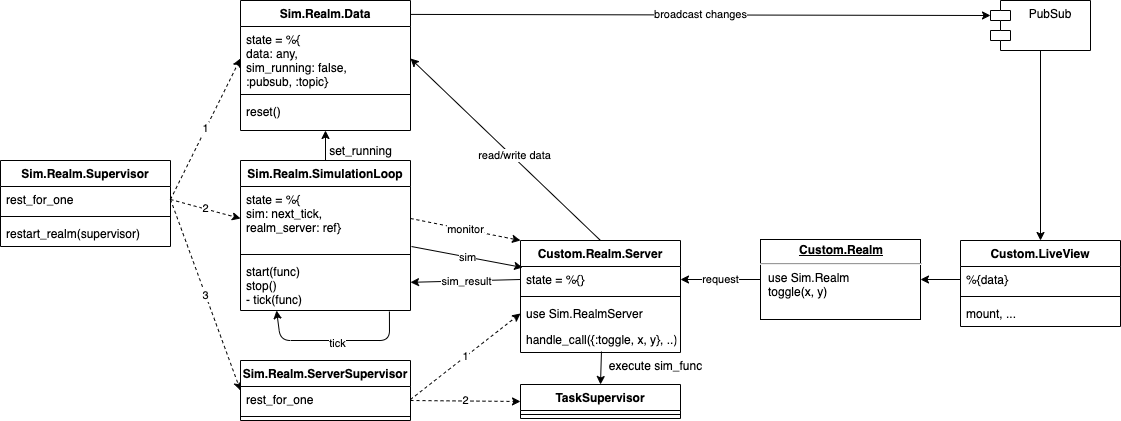
This is apps/sim/documentation/SimRealm.png from grrrisu/thundermoon-umbrella, a draw.io export, as it was before one commit. Source tidied: cells renumbered, new cells last; positions are measured from the earlier drawing's top-left corner, leaving out a move shared by most shapes.
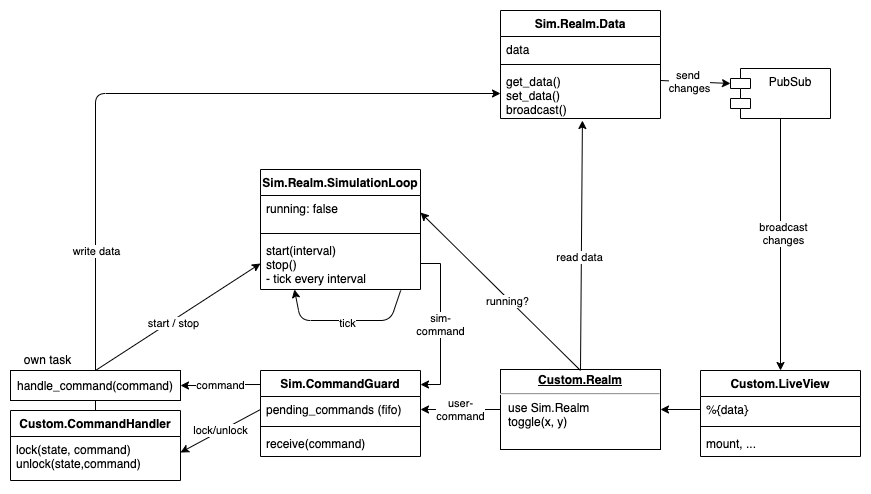
The same file after the commit.

The edit, as a diff of the source:
```diff
@@ -2,46 +2,32 @@
   <root>
     <mxCell id="0" />
     <mxCell id="1" parent="0" />
-    <mxCell id="2" value="request" style="edgeStyle=orthogonalEdgeStyle;rounded=0;jettySize=auto;html=1;entryX=1;entryY=0.5;entryDx=0;entryDy=0;" parent="1" edge="1" source="3" target="39">
+    <mxCell id="2" value="user-&lt;br&gt;command" style="edgeStyle=orthogonalEdgeStyle;rounded=0;jettySize=auto;html=1;entryX=1;entryY=0.5;entryDx=0;entryDy=0;" parent="1" edge="1" source="3" target="39">
       <mxGeometry relative="1" as="geometry" />
     </mxCell>
     <mxCell id="3" value="&lt;p style=&quot;margin: 0px ; margin-top: 4px ; text-align: center ; text-decoration: underline&quot;&gt;&lt;b&gt;Custom.Realm&lt;/b&gt;&lt;/p&gt;&lt;hr&gt;&lt;p style=&quot;margin: 0px ; margin-left: 8px&quot;&gt;use Sim.Realm&lt;/p&gt;&lt;p style=&quot;margin: 0px ; margin-left: 8px&quot;&gt;toggle(x, y)&lt;/p&gt;" style="verticalAlign=top;align=left;overflow=fill;fontSize=12;fontFamily=Helvetica;html=1;" parent="1" vertex="1">
-      <mxGeometry x="760" y="239" width="160" height="80" as="geometry" />
+      <mxGeometry x="750" y="369" width="160" height="80" as="geometry" />
     </mxCell>
-    <mxCell id="4" style="endArrow=classic;html=1;entryX=0.5;entryY=0;entryDx=0;entryDy=0;exitX=0.506;exitY=0.962;exitDx=0;exitDy=0;exitPerimeter=0;" parent="1" edge="1" source="42" target="43">
-      <mxGeometry relative="1" as="geometry" />
-    </mxCell>
     <mxCell id="5" style="edgeStyle=orthogonalEdgeStyle;rounded=0;orthogonalLoop=1;jettySize=auto;html=1;exitX=0.5;exitY=1;exitDx=0;exitDy=0;" parent="1" edge="1" source="3" target="3">
       <mxGeometry relative="1" as="geometry" />
     </mxCell>
-    <mxCell id="6" style="endArrow=classic;html=1;exitX=0.5;exitY=0;exitDx=0;exitDy=0;entryX=1;entryY=0.5;entryDx=0;entryDy=0;" parent="1" edge="1" source="38" target="22">
-      <mxGeometry relative="1" as="geometry" />
+    <mxCell id="6" style="endArrow=classic;html=1;exitX=0.5;exitY=0;exitDx=0;exitDy=0;" parent="1" edge="1" source="58" target="24">
+      <mxGeometry relative="1" as="geometry">
+        <Array as="points">
+          <mxPoint x="345" y="93" />
+        </Array>
+      </mxGeometry>
     </mxCell>
-    <mxCell id="7" value="read/write data" style="edgeLabel;html=1;align=center;verticalAlign=middle;" parent="6" vertex="1">
-      <mxGeometry x="-0.07" y="-2" relative="1" as="geometry" />
+    <mxCell id="7" value="write data" style="edgeLabel;html=1;align=center;verticalAlign=middle;" parent="6" vertex="1">
+      <mxGeometry x="-0.07" y="-2" relative="1" as="geometry">
+        <mxPoint x="-40" y="155" as="offset" />
+      </mxGeometry>
     </mxCell>
-    <mxCell id="8" value="1" style="endArrow=classic;html=1;dashed=1;exitX=1;exitY=0.5;exitDx=0;exitDy=0;entryX=0;entryY=0.5;entryDx=0;entryDy=0;" parent="1" edge="1" source="32" target="22">
-      <mxGeometry relative="1" as="geometry" />
-    </mxCell>
-    <mxCell id="9" value="2" style="endArrow=classic;html=1;dashed=1;exitX=1;exitY=0.5;exitDx=0;exitDy=0;entryX=0;entryY=0.5;entryDx=0;entryDy=0;" parent="1" edge="1" source="32" target="26">
-      <mxGeometry relative="1" as="geometry" />
-    </mxCell>
-    <mxCell id="10" value="3" style="endArrow=classic;html=1;dashed=1;exitX=1;exitY=0.5;exitDx=0;exitDy=0;entryX=0;entryY=0.5;entryDx=0;entryDy=0;" parent="1" edge="1" source="32" target="35">
-      <mxGeometry relative="1" as="geometry" />
-    </mxCell>
-    <mxCell id="11" value="1" style="endArrow=classic;html=1;dashed=1;exitX=1;exitY=0.5;exitDx=0;exitDy=0;entryX=0;entryY=0.5;entryDx=0;entryDy=0;" parent="1" edge="1" source="36" target="41">
-      <mxGeometry relative="1" as="geometry" />
-    </mxCell>
-    <mxCell id="12" value="2" style="endArrow=classic;html=1;dashed=1;entryX=0;entryY=0.5;entryDx=0;entryDy=0;" parent="1" edge="1" target="43">
-      <mxGeometry relative="1" as="geometry">
-        <mxPoint x="410" y="400" as="sourcePoint" />
-      </mxGeometry>
-    </mxCell>
-    <mxCell id="13" value="broadcast changes" style="endArrow=classic;html=1;exitX=1;exitY=0.107;exitDx=0;exitDy=0;exitPerimeter=0;entryX=0;entryY=0;entryDx=0;entryDy=15;entryPerimeter=0;" parent="1" edge="1" source="21" target="14">
-      <mxGeometry relative="1" as="geometry" />
+    <mxCell id="13" value="send &lt;br&gt;changes" style="endArrow=classic;html=1;exitX=1;exitY=0.24;exitDx=0;exitDy=0;exitPerimeter=0;entryX=0;entryY=0;entryDx=0;entryDy=15;entryPerimeter=0;" parent="1" edge="1" source="24" target="14">
+      <mxGeometry x="-0.16" relative="1" as="geometry" />
     </mxCell>
     <mxCell id="14" value="PubSub" style="shape=module;align=left;spacingLeft=20;align=center;verticalAlign=top;" parent="1" vertex="1">
-      <mxGeometry x="990" width="100" height="50" as="geometry" />
+      <mxGeometry x="980" y="68" width="100" height="50" as="geometry" />
     </mxCell>
     <mxCell id="15" style="endArrow=classic;html=1;entryX=1;entryY=0.5;entryDx=0;entryDy=0;exitX=0;exitY=0.5;exitDx=0;exitDy=0;" parent="1" edge="1" source="46" target="3">
       <mxGeometry relative="1" as="geometry" />
@@ -49,47 +35,38 @@
     <mxCell id="16" style="endArrow=classic;html=1;exitX=0.5;exitY=1;exitDx=0;exitDy=0;entryX=0.5;entryY=0;entryDx=0;entryDy=0;" parent="1" edge="1" source="14" target="45">
       <mxGeometry relative="1" as="geometry" />
     </mxCell>
-    <mxCell id="17" value="monitor" style="endArrow=classic;html=1;dashed=1;exitX=1;exitY=0.5;exitDx=0;exitDy=0;entryX=0;entryY=0;entryDx=0;entryDy=0;" parent="1" edge="1" source="26" target="38">
-      <mxGeometry relative="1" as="geometry" />
-    </mxCell>
-    <mxCell id="18" style="endArrow=classic;html=1;exitX=0;exitY=0.5;exitDx=0;exitDy=0;" parent="1" edge="1" source="39" target="28">
-      <mxGeometry relative="1" as="geometry" />
-    </mxCell>
-    <mxCell id="19" value="sim_result" style="edgeLabel;html=1;align=center;verticalAlign=middle;" parent="18" vertex="1">
-      <mxGeometry relative="1" as="geometry" />
-    </mxCell>
-    <mxCell id="20" value="sim" style="endArrow=classic;html=1;exitX=1.006;exitY=0.938;exitDx=0;exitDy=0;exitPerimeter=0;entryX=0.013;entryY=0.038;entryDx=0;entryDy=0;entryPerimeter=0;" parent="1" edge="1" source="26" target="39">
-      <mxGeometry relative="1" as="geometry" />
-    </mxCell>
+    <mxCell id="52" value="broadcast&lt;br&gt;changes" style="edgeLabel;html=1;align=center;verticalAlign=middle;" parent="16" vertex="1">
+      <mxGeometry x="-0.1" y="2" relative="1" as="geometry" />
+    </mxCell>
     <mxCell id="21" value="Sim.Realm.Data" style="swimlane;fontStyle=1;align=center;verticalAlign=top;horizontal=1;startSize=26;" parent="1" vertex="1">
-      <mxGeometry x="240" width="170" height="130" as="geometry" />
+      <mxGeometry x="750" y="10" width="160" height="108" as="geometry" />
     </mxCell>
-    <mxCell id="22" value="state = %{&#10;data: any, &#10;sim_running: false, &#10;:pubsub, :topic}" style="text;strokeColor=none;fillColor=none;align=left;verticalAlign=top;spacingLeft=4;spacingRight=4;overflow=hidden;points=[[0,0.5],[1,0.5]];portConstraint=eastwest;" parent="21" vertex="1">
-      <mxGeometry y="26" width="170" height="64" as="geometry" />
+    <mxCell id="22" value="data" style="text;strokeColor=none;fillColor=none;align=left;verticalAlign=top;spacingLeft=4;spacingRight=4;overflow=hidden;points=[[0,0.5],[1,0.5]];portConstraint=eastwest;" parent="21" vertex="1">
+      <mxGeometry y="26" width="160" height="24" as="geometry" />
     </mxCell>
     <mxCell id="23" style="line;strokeWidth=1;fillColor=none;align=left;verticalAlign=middle;spacingTop=-1;spacingLeft=3;spacingRight=3;labelPosition=right;" parent="21" vertex="1">
-      <mxGeometry y="90" width="170" height="8" as="geometry" />
+      <mxGeometry y="50" width="160" height="8" as="geometry" />
     </mxCell>
-    <mxCell id="24" value="reset()" style="text;strokeColor=none;fillColor=none;align=left;verticalAlign=top;spacingLeft=4;spacingRight=4;overflow=hidden;points=[[0,0.5],[1,0.5]];portConstraint=eastwest;" parent="21" vertex="1">
-      <mxGeometry y="98" width="170" height="32" as="geometry" />
+    <mxCell id="24" value="get_data()&#10;set_data()&#10;broadcast()" style="text;strokeColor=none;fillColor=none;align=left;verticalAlign=top;spacingLeft=4;spacingRight=4;overflow=hidden;points=[[0,0.5],[1,0.5]];portConstraint=eastwest;" parent="21" vertex="1">
+      <mxGeometry y="58" width="160" height="50" as="geometry" />
     </mxCell>
     <mxCell id="25" value="Sim.Realm.SimulationLoop" style="swimlane;fontStyle=1;align=center;verticalAlign=top;horizontal=1;startSize=26;" parent="1" vertex="1">
-      <mxGeometry x="240" y="160" width="170" height="150" as="geometry" />
+      <mxGeometry x="510" y="169" width="160" height="120" as="geometry" />
     </mxCell>
-    <mxCell id="26" value="state = %{&#10;sim: next_tick, &#10;realm_server: ref}" style="text;strokeColor=none;fillColor=none;align=left;verticalAlign=top;spacingLeft=4;spacingRight=4;overflow=hidden;points=[[0,0.5],[1,0.5]];portConstraint=eastwest;" parent="25" vertex="1">
-      <mxGeometry y="26" width="170" height="64" as="geometry" />
+    <mxCell id="26" value="running: false" style="text;strokeColor=none;fillColor=none;align=left;verticalAlign=top;spacingLeft=4;spacingRight=4;overflow=hidden;points=[[0,0.5],[1,0.5]];portConstraint=eastwest;" parent="25" vertex="1">
+      <mxGeometry y="26" width="160" height="34" as="geometry" />
     </mxCell>
     <mxCell id="27" style="line;strokeWidth=1;fillColor=none;align=left;verticalAlign=middle;spacingTop=-1;spacingLeft=3;spacingRight=3;labelPosition=right;" parent="25" vertex="1">
-      <mxGeometry y="90" width="170" height="8" as="geometry" />
+      <mxGeometry y="60" width="160" height="8" as="geometry" />
     </mxCell>
-    <mxCell id="28" value="start(func)&#10;stop()&#10;- tick(func)" style="text;strokeColor=none;fillColor=none;align=left;verticalAlign=top;spacingLeft=4;spacingRight=4;overflow=hidden;points=[[0,0.5],[1,0.5]];portConstraint=eastwest;" parent="25" vertex="1">
-      <mxGeometry y="98" width="170" height="52" as="geometry" />
+    <mxCell id="28" value="start(interval)&#10;stop()&#10;- tick every interval" style="text;strokeColor=none;fillColor=none;align=left;verticalAlign=top;spacingLeft=4;spacingRight=4;overflow=hidden;points=[[0,0.5],[1,0.5]];portConstraint=eastwest;" parent="25" vertex="1">
+      <mxGeometry y="68" width="160" height="52" as="geometry" />
     </mxCell>
     <mxCell id="29" style="endArrow=classic;html=1;entryX=0.212;entryY=1;entryDx=0;entryDy=0;entryPerimeter=0;exitX=0.876;exitY=1.019;exitDx=0;exitDy=0;exitPerimeter=0;" parent="25" edge="1" source="28" target="28">
       <mxGeometry relative="1" as="geometry">
         <Array as="points">
-          <mxPoint x="149" y="180" />
-          <mxPoint x="40" y="180" />
+          <mxPoint x="130" y="151" />
+          <mxPoint x="40" y="151" />
         </Array>
       </mxGeometry>
     </mxCell>
@@ -98,50 +75,26 @@
         <mxPoint y="1" as="offset" />
       </mxGeometry>
     </mxCell>
-    <mxCell id="31" value="Sim.Realm.Supervisor" style="swimlane;fontStyle=1;align=center;verticalAlign=top;horizontal=1;startSize=26;" parent="1" vertex="1">
-      <mxGeometry y="160" width="170" height="86" as="geometry" />
-    </mxCell>
-    <mxCell id="32" value="rest_for_one" style="text;strokeColor=none;fillColor=none;align=left;verticalAlign=top;spacingLeft=4;spacingRight=4;overflow=hidden;points=[[0,0.5],[1,0.5]];portConstraint=eastwest;" parent="31" vertex="1">
-      <mxGeometry y="26" width="170" height="26" as="geometry" />
-    </mxCell>
-    <mxCell id="33" style="line;strokeWidth=1;fillColor=none;align=left;verticalAlign=middle;spacingTop=-1;spacingLeft=3;spacingRight=3;labelPosition=right;" parent="31" vertex="1">
-      <mxGeometry y="52" width="170" height="8" as="geometry" />
-    </mxCell>
-    <mxCell id="34" value="restart_realm(supervisor)" style="text;strokeColor=none;fillColor=none;align=left;verticalAlign=top;spacingLeft=4;spacingRight=4;overflow=hidden;" parent="31" vertex="1">
-      <mxGeometry y="60" width="170" height="26" as="geometry" />
-    </mxCell>
-    <mxCell id="35" value="Sim.Realm.ServerSupervisor" style="swimlane;fontStyle=1;align=center;verticalAlign=top;horizontal=1;startSize=26;" parent="1" vertex="1">
-      <mxGeometry x="240" y="360" width="170" height="60" as="geometry" />
+    <mxCell id="35" value="Custom.CommandHandler" style="swimlane;fontStyle=1;align=center;verticalAlign=top;horizontal=1;startSize=26;" parent="1" vertex="1">
+      <mxGeometry x="260" y="410" width="170" height="70" as="geometry" />
     </mxCell>
-    <mxCell id="36" value="rest_for_one" style="text;strokeColor=none;fillColor=none;align=left;verticalAlign=top;spacingLeft=4;spacingRight=4;overflow=hidden;points=[[0,0.5],[1,0.5]];portConstraint=eastwest;" parent="35" vertex="1">
-      <mxGeometry y="26" width="170" height="26" as="geometry" />
+    <mxCell id="36" value="lock(state, command)&#10;unlock(state,command)&#10;" style="text;strokeColor=none;fillColor=none;align=left;verticalAlign=top;spacingLeft=4;spacingRight=4;overflow=hidden;points=[[0,0.5],[1,0.5]];portConstraint=eastwest;" parent="35" vertex="1">
+      <mxGeometry y="26" width="170" height="44" as="geometry" />
     </mxCell>
-    <mxCell id="37" style="line;strokeWidth=1;fillColor=none;align=left;verticalAlign=middle;spacingTop=-1;spacingLeft=3;spacingRight=3;labelPosition=right;" parent="35" vertex="1">
-      <mxGeometry y="52" width="170" height="8" as="geometry" />
-    </mxCell>
-    <mxCell id="38" value="Custom.Realm.Server" style="swimlane;fontStyle=1;align=center;verticalAlign=top;horizontal=1;startSize=26;" parent="1" vertex="1">
-      <mxGeometry x="520" y="240" width="160" height="112" as="geometry" />
+    <mxCell id="38" value="Sim.CommandGuard" style="swimlane;fontStyle=1;align=center;verticalAlign=top;horizontal=1;startSize=26;" parent="1" vertex="1">
+      <mxGeometry x="510" y="370" width="160" height="86" as="geometry" />
     </mxCell>
-    <mxCell id="39" value="state = %{}" style="text;strokeColor=none;fillColor=none;align=left;verticalAlign=top;spacingLeft=4;spacingRight=4;overflow=hidden;points=[[0,0.5],[1,0.5]];portConstraint=eastwest;" parent="38" vertex="1">
+    <mxCell id="39" value="pending_commands (fifo)" style="text;strokeColor=none;fillColor=none;align=left;verticalAlign=top;spacingLeft=4;spacingRight=4;overflow=hidden;points=[[0,0.5],[1,0.5]];portConstraint=eastwest;" parent="38" vertex="1">
       <mxGeometry y="26" width="160" height="26" as="geometry" />
     </mxCell>
     <mxCell id="40" style="line;strokeWidth=1;fillColor=none;align=left;verticalAlign=middle;spacingTop=-1;spacingLeft=3;spacingRight=3;labelPosition=right;" parent="38" vertex="1">
       <mxGeometry y="52" width="160" height="8" as="geometry" />
     </mxCell>
-    <mxCell id="41" value="use Sim.RealmServer" style="text;strokeColor=none;fillColor=none;align=left;verticalAlign=top;spacingLeft=4;spacingRight=4;overflow=hidden;points=[[0,0.5],[1,0.5]];portConstraint=eastwest;" parent="38" vertex="1">
-      <mxGeometry y="60" width="160" height="26" as="geometry" />
-    </mxCell>
-    <mxCell id="42" value="handle_call({:toggle, x, y}, ..)" style="text;strokeColor=none;fillColor=none;align=left;verticalAlign=top;spacingLeft=4;spacingRight=4;overflow=hidden;points=[[0,0.5],[1,0.5]];portConstraint=eastwest;" parent="38" vertex="1">
-      <mxGeometry y="86" width="160" height="26" as="geometry" />
+    <mxCell id="42" value="receive(command)" style="text;strokeColor=none;fillColor=none;align=left;verticalAlign=top;spacingLeft=4;spacingRight=4;overflow=hidden;points=[[0,0.5],[1,0.5]];portConstraint=eastwest;" parent="38" vertex="1">
+      <mxGeometry y="60" width="160" height="26" as="geometry" />
     </mxCell>
-    <mxCell id="43" value="TaskSupervisor" style="swimlane;fontStyle=1;align=center;verticalAlign=top;horizontal=1;startSize=26;" parent="1" vertex="1">
-      <mxGeometry x="520" y="384" width="160" height="34" as="geometry" />
-    </mxCell>
-    <mxCell id="44" style="line;strokeWidth=1;fillColor=none;align=left;verticalAlign=middle;spacingTop=-1;spacingLeft=3;spacingRight=3;labelPosition=right;" parent="43" vertex="1">
-      <mxGeometry y="26" width="160" height="8" as="geometry" />
-    </mxCell>
     <mxCell id="45" value="Custom.LiveView" style="swimlane;fontStyle=1;align=center;verticalAlign=top;horizontal=1;startSize=26;" parent="1" vertex="1">
-      <mxGeometry x="960" y="240" width="160" height="86" as="geometry" />
+      <mxGeometry x="950" y="370" width="160" height="86" as="geometry" />
     </mxCell>
     <mxCell id="46" value="%{data}" style="text;strokeColor=none;fillColor=none;align=left;verticalAlign=top;spacingLeft=4;spacingRight=4;overflow=hidden;points=[[0,0.5],[1,0.5]];portConstraint=eastwest;" parent="45" vertex="1">
       <mxGeometry y="26" width="160" height="26" as="geometry" />
@@ -152,14 +105,43 @@
     <mxCell id="48" value="mount, ..." style="text;strokeColor=none;fillColor=none;align=left;verticalAlign=top;spacingLeft=4;spacingRight=4;overflow=hidden;" parent="45" vertex="1">
       <mxGeometry y="60" width="160" height="26" as="geometry" />
     </mxCell>
-    <mxCell id="49" style="endArrow=classic;html=1;exitX=0.5;exitY=0;exitDx=0;exitDy=0;" parent="1" edge="1" source="25" target="24">
-      <mxGeometry relative="1" as="geometry" />
-    </mxCell>
-    <mxCell id="50" value="set_running" style="text;html=1;align=center;verticalAlign=middle;" parent="1" vertex="1">
-      <mxGeometry x="320" y="140" width="80" height="20" as="geometry" />
-    </mxCell>
-    <mxCell id="51" value="execute sim_func" style="text;html=1;align=center;verticalAlign=middle;" parent="1" vertex="1">
-      <mxGeometry x="600" y="355" width="110" height="20" as="geometry" />
-    </mxCell>
+    <mxCell id="53" value="command" style="edgeStyle=orthogonalEdgeStyle;rounded=0;jettySize=auto;html=1;entryX=1;entryY=0.5;entryDx=0;entryDy=0;exitX=0;exitY=0.163;exitDx=0;exitDy=0;exitPerimeter=0;" parent="1" edge="1" source="38" target="58">
+      <mxGeometry relative="1" as="geometry" />
+    </mxCell>
+    <mxCell id="54" value="sim-&lt;br&gt;command" style="edgeStyle=orthogonalEdgeStyle;rounded=0;jettySize=auto;html=1;entryX=1;entryY=0.163;entryDx=0;entryDy=0;exitX=1;exitY=0.5;exitDx=0;exitDy=0;entryPerimeter=0;" parent="1" edge="1" source="28" target="38">
+      <mxGeometry relative="1" as="geometry" />
+    </mxCell>
+    <mxCell id="55" style="endArrow=classic;html=1;entryX=0;entryY=0.5;entryDx=0;entryDy=0;exitX=0.5;exitY=0;exitDx=0;exitDy=0;" parent="1" edge="1" source="58" target="28">
+      <mxGeometry relative="1" as="geometry" />
+    </mxCell>
+    <mxCell id="56" value="start / stop" style="edgeLabel;html=1;align=center;verticalAlign=middle;" parent="55" vertex="1">
+      <mxGeometry x="-0.07" y="-2" relative="1" as="geometry" />
+    </mxCell>
+    <mxCell id="57" style="edgeStyle=orthogonalEdgeStyle;rounded=0;jettySize=auto;html=1;exitX=0.5;exitY=1;exitDx=0;exitDy=0;entryX=0.5;entryY=0;entryDx=0;entryDy=0;endArrow=none;endFill=0;" parent="1" edge="1" source="58" target="35">
+      <mxGeometry relative="1" as="geometry" />
+    </mxCell>
+    <mxCell id="58" value="handle_command(command)" style="rounded=0;whiteSpace=wrap;html=1;" parent="1" vertex="1">
+      <mxGeometry x="260" y="370" width="170" height="30" as="geometry" />
+    </mxCell>
+    <mxCell id="59" value="own task" style="text;html=1;strokeColor=none;fillColor=none;align=center;verticalAlign=middle;whiteSpace=wrap;rounded=0;" parent="1" vertex="1">
+      <mxGeometry x="260" y="349" width="75" height="20" as="geometry" />
+    </mxCell>
+    <mxCell id="60" value="lock/unlock" style="endArrow=classic;html=1;entryX=1;entryY=0.364;entryDx=0;entryDy=0;exitX=0;exitY=0.5;exitDx=0;exitDy=0;entryPerimeter=0;" parent="1" edge="1" source="39" target="36">
+      <mxGeometry relative="1" as="geometry" />
+    </mxCell>
+    <mxCell id="61" style="endArrow=classic;html=1;exitX=0.5;exitY=0;exitDx=0;exitDy=0;entryX=0.512;entryY=1.04;entryDx=0;entryDy=0;entryPerimeter=0;" parent="1" edge="1" source="3" target="24">
+      <mxGeometry relative="1" as="geometry" />
+    </mxCell>
+    <mxCell id="62" value="read data" style="edgeLabel;html=1;align=center;verticalAlign=middle;" parent="61" vertex="1">
+      <mxGeometry x="-0.1" y="2" relative="1" as="geometry" />
+    </mxCell>
+    <mxCell id="63" style="endArrow=classic;html=1;entryX=1;entryY=0.5;entryDx=0;entryDy=0;" parent="1" edge="1" target="26">
+      <mxGeometry relative="1" as="geometry">
+        <mxPoint x="830" y="370" as="sourcePoint" />
+      </mxGeometry>
+    </mxCell>
+    <mxCell id="64" value="running?" style="edgeLabel;html=1;align=center;verticalAlign=middle;" parent="63" vertex="1">
+      <mxGeometry x="-0.1" y="2" relative="1" as="geometry" />
+    </mxCell>
   </root>
 </mxGraphModel>
```
